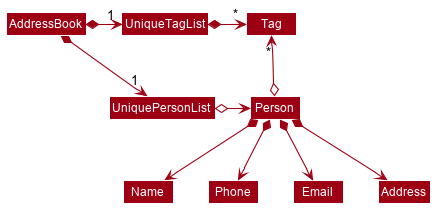
Above: docs/images/BetterModelClassDiagram.png in nus-cs2103-AY1920S1/addressbook-level3 (PlantUML), before the change.
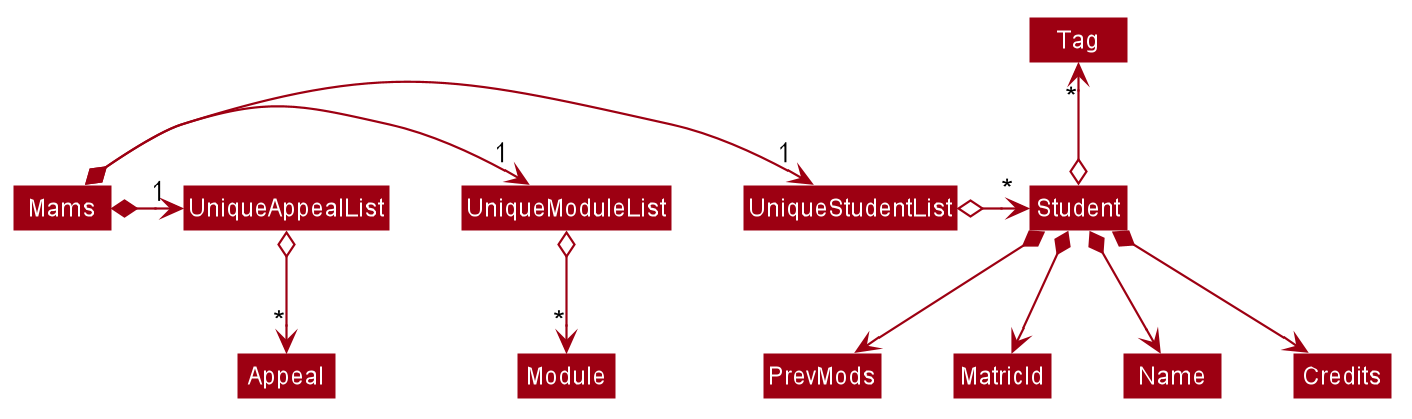
The same file after the commit.

Change to the diagram source:
```diff
@@ -51,18 +51,20 @@
 skinparam arrowColor #9D0012
 skinparam classBackgroundColor #9D0012
 
-AddressBook *-right-> "1" UniquePersonList
-AddressBook *-right-> "1" UniqueTagList
-UniqueTagList -[hidden]down- UniquePersonList
-UniqueTagList -[hidden]down- UniquePersonList
+Mams *-right-> "1" UniqueStudentList
+Mams *-right-> "1" UniqueModuleList
+Mams *-right-> "1" UniqueAppealList
 
-UniqueTagList *-right-> "*" Tag
-UniquePersonList o-right-> Person
+UniqueStudentList o-right-> "*"Student
+UniqueModuleList o-down-> "*"Module
+UniqueAppealList o-down-> "*"Appeal
 
-Person o-up-> "*" Tag
+Student o-up-> "*" Tag
 
-Person *--> Name
-Person *--> Phone
-Person *--> Email
-Person *--> Address
+Student *--> Name
+Student *--> Credits
+Student *--> PrevMods
+Student *--> MatricId
+
+
 @enduml
```
